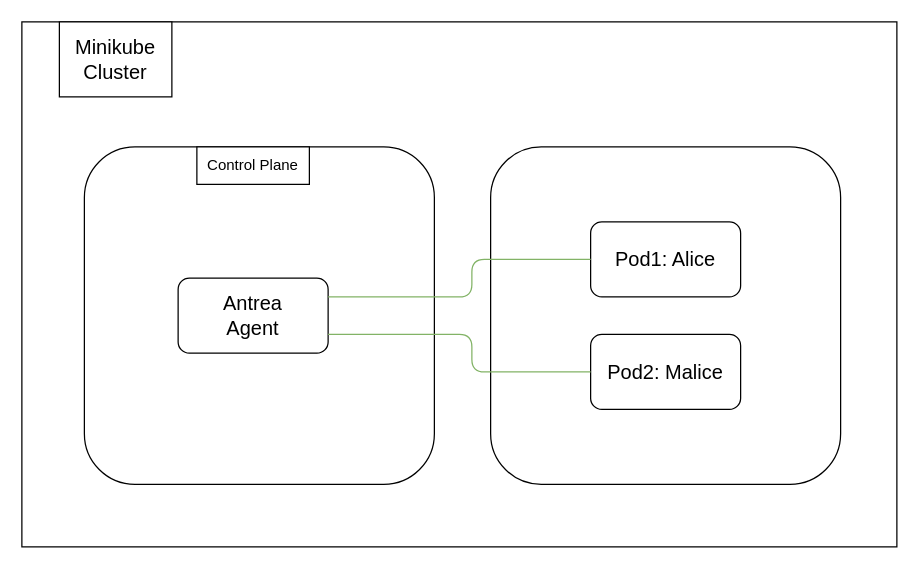
Above: page "Initial State" (1 of 3) of demos/demo1/demo1.drawio in parasecurity/principals (draw.io), before the change. Source tidied: cells renumbered, new cells numbered last; positions are measured from the earlier drawing's top-left corner, leaving out a move shared by most shapes. Both pictures are drawn from the tidied source at 125%, with x=0, y=0 at pixel (21, 21).
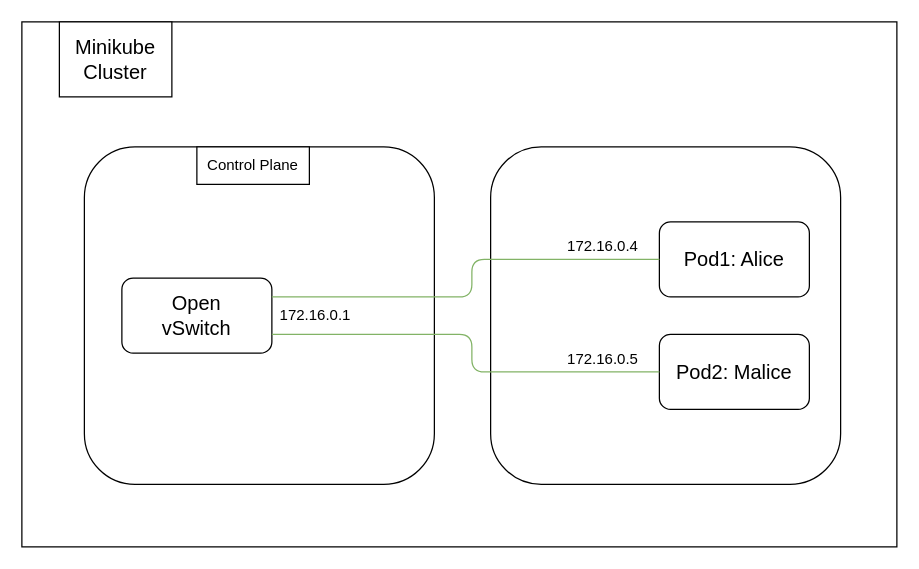
After the change.

Change to the diagram source:
```diff
@@
 <mxGraphModel>
   <root>
     <mxCell id="0" />
     <mxCell id="1" parent="0" />
     <mxCell id="2" style="rounded=0;whiteSpace=wrap;html=1;" parent="1" vertex="1">
       <mxGeometry width="700" height="420" as="geometry" />
     </mxCell>
     <mxCell id="3" value="&lt;font style=&quot;font-size: 16px&quot;&gt;Minikube Cluster&lt;/font&gt;" style="rounded=0;whiteSpace=wrap;html=1;" parent="1" vertex="1">
       <mxGeometry x="30" width="90" height="60" as="geometry" />
     </mxCell>
     <mxCell id="4" style="rounded=1;whiteSpace=wrap;html=1;" parent="1" vertex="1">
       <mxGeometry x="50" y="100" width="280" height="270" as="geometry" />
     </mxCell>
     <mxCell id="5" value="Control Plane" style="rounded=0;whiteSpace=wrap;html=1;" parent="1" vertex="1">
       <mxGeometry x="140" y="100" width="90" height="30" as="geometry" />
     </mxCell>
-    <mxCell id="6" value="&lt;font style=&quot;font-size: 16px&quot;&gt;Antrea&lt;br&gt;Agent&lt;/font&gt;" style="rounded=1;whiteSpace=wrap;html=1;" parent="1" vertex="1">
-      <mxGeometry x="125" y="205" width="120" height="60" as="geometry" />
+    <mxCell id="6" value="&lt;font style=&quot;font-size: 16px&quot;&gt;Open&lt;br&gt;vSwitch&lt;br&gt;&lt;/font&gt;" style="rounded=1;whiteSpace=wrap;html=1;" parent="1" vertex="1">
+      <mxGeometry x="80" y="205" width="120" height="60" as="geometry" />
     </mxCell>
     <mxCell id="7" style="rounded=1;whiteSpace=wrap;html=1;" parent="1" vertex="1">
       <mxGeometry x="375" y="100" width="280" height="270" as="geometry" />
     </mxCell>
     <mxCell id="8" value="&lt;font style=&quot;font-size: 16px&quot;&gt;Pod1: Alice&lt;/font&gt;" style="rounded=1;whiteSpace=wrap;html=1;" parent="1" vertex="1">
-      <mxGeometry x="455" y="160" width="120" height="60" as="geometry" />
+      <mxGeometry x="510" y="160" width="120" height="60" as="geometry" />
     </mxCell>
     <mxCell id="9" value="&lt;font style=&quot;font-size: 16px&quot;&gt;Pod2: Malice&lt;/font&gt;" style="rounded=1;whiteSpace=wrap;html=1;" parent="1" vertex="1">
-      <mxGeometry x="455" y="250" width="120" height="60" as="geometry" />
+      <mxGeometry x="510" y="250" width="120" height="60" as="geometry" />
     </mxCell>
     <mxCell id="10" style="endArrow=none;html=1;exitX=1;exitY=0.25;exitDx=0;exitDy=0;entryX=0;entryY=0.5;entryDx=0;entryDy=0;fillColor=#d5e8d4;strokeColor=#82b366;" parent="1" edge="1" source="6" target="8">
       <mxGeometry relative="1" as="geometry">
         <Array as="points">
           <mxPoint x="360" y="220" />
           <mxPoint x="360" y="190" />
         </Array>
       </mxGeometry>
     </mxCell>
     <mxCell id="11" style="endArrow=none;html=1;exitX=1;exitY=0.75;exitDx=0;exitDy=0;entryX=0;entryY=0.5;entryDx=0;entryDy=0;fillColor=#d5e8d4;strokeColor=#82b366;" parent="1" edge="1" source="6" target="9">
       <mxGeometry relative="1" as="geometry">
         <Array as="points">
           <mxPoint x="360" y="250" />
           <mxPoint x="360" y="280" />
         </Array>
       </mxGeometry>
     </mxCell>
+    <mxCell id="12" value="172.16.0.4" style="text;html=1;strokeColor=none;fillColor=none;align=center;verticalAlign=middle;whiteSpace=wrap;rounded=0;" parent="1" vertex="1">
+      <mxGeometry x="430" y="170" width="70" height="20" as="geometry" />
+    </mxCell>
+    <mxCell id="13" value="172.16.0.5" style="text;html=1;strokeColor=none;fillColor=none;align=center;verticalAlign=middle;whiteSpace=wrap;rounded=0;" parent="1" vertex="1">
+      <mxGeometry x="430" y="260" width="70" height="20" as="geometry" />
+    </mxCell>
+    <mxCell id="14" value="172.16.0.1" style="text;html=1;strokeColor=none;fillColor=none;align=center;verticalAlign=middle;whiteSpace=wrap;rounded=0;" parent="1" vertex="1">
+      <mxGeometry x="200" y="225" width="70" height="20" as="geometry" />
+    </mxCell>
   </root>
 </mxGraphModel>
```
